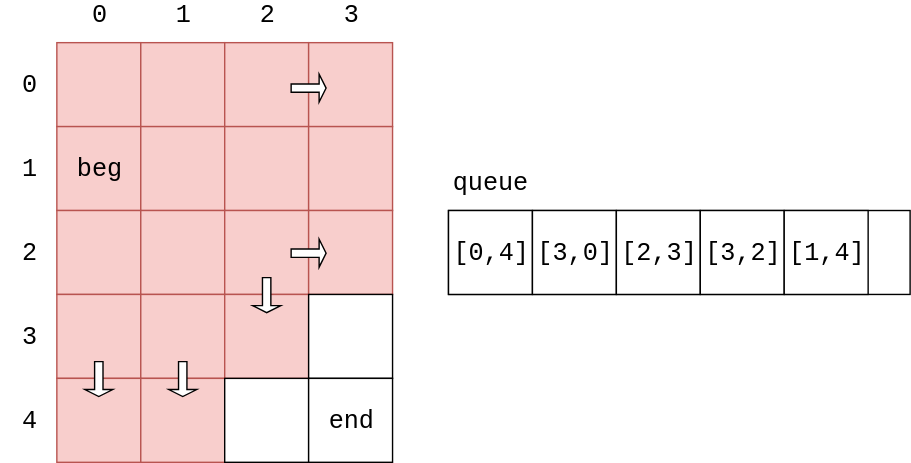
The draw.io diagram docs/Search/res/BreadthFirstSearch13.svg in linrongbin16/way-to-algorithm, before a commit. Source tidied: cells renumbered, new cells last; positions are measured from the earlier drawing's top-left corner, leaving out a move shared by most shapes.
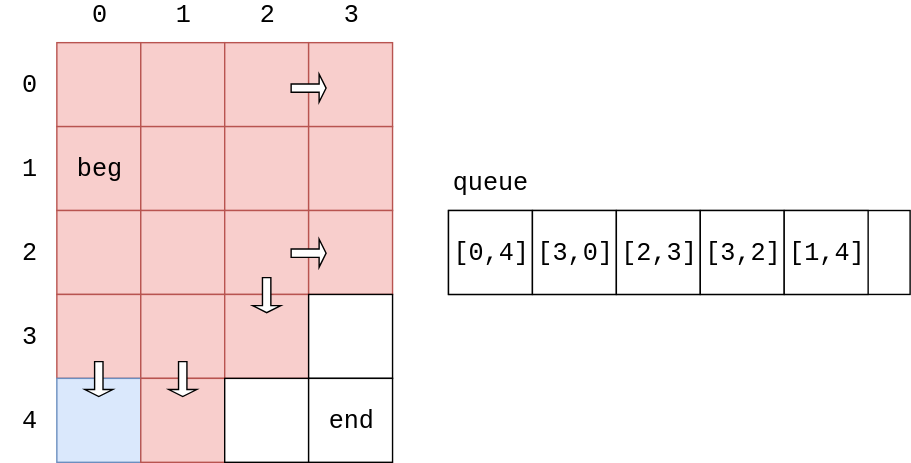
The same file after the commit.

Diff of the diagram source:
```diff
@@ -77,7 +77,7 @@
     <mxCell id="26" style="rounded=0;whiteSpace=wrap;html=1;fontFamily=Courier New;fontSize=18;fillColor=#ffffff;strokeColor=#000000;" parent="1" vertex="1">
       <mxGeometry x="220" y="210" width="60" height="60" as="geometry" />
     </mxCell>
-    <mxCell id="27" style="rounded=0;whiteSpace=wrap;html=1;fontFamily=Courier New;fontSize=18;fillColor=#f8cecc;strokeColor=#b85450;" parent="1" vertex="1">
+    <mxCell id="27" style="rounded=0;whiteSpace=wrap;html=1;fontFamily=Courier New;fontSize=18;fillColor=#dae8fc;strokeColor=#6c8ebf;" parent="1" vertex="1">
       <mxGeometry x="40" y="270" width="60" height="60" as="geometry" />
     </mxCell>
     <mxCell id="28" style="rounded=0;whiteSpace=wrap;html=1;fontFamily=Courier New;fontSize=18;fillColor=#f8cecc;strokeColor=#b85450;" parent="1" vertex="1">
```
